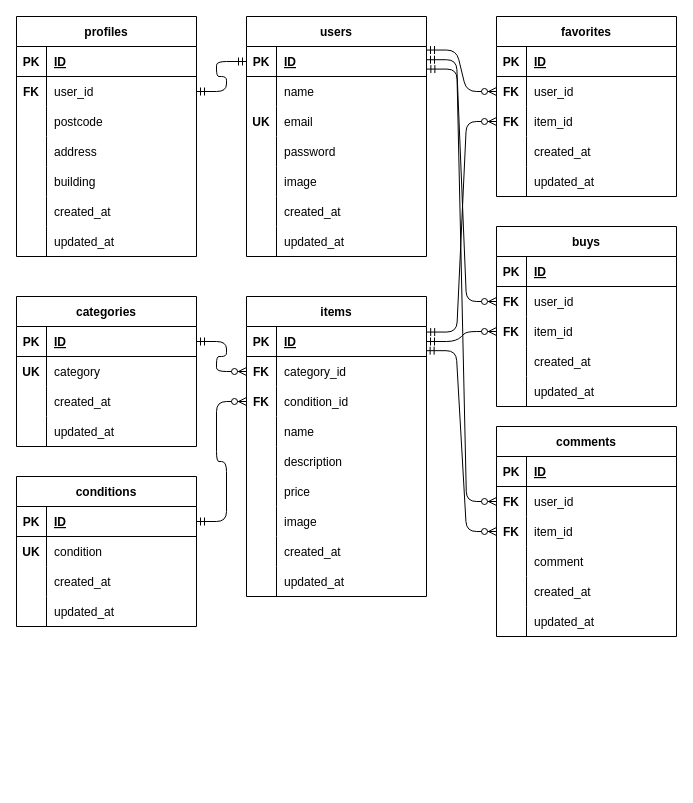
Earlier version of the draw.io diagram docker/mysql/database.dio (YamaguchiTomoaki/coachtech). Source tidied: cells renumbered, new cells numbered last; positions are measured from the earlier drawing's top-left corner, leaving out a move shared by most shapes. Both pictures are drawn from the tidied source at 100%, with x=0, y=0 at pixel (16, 16).
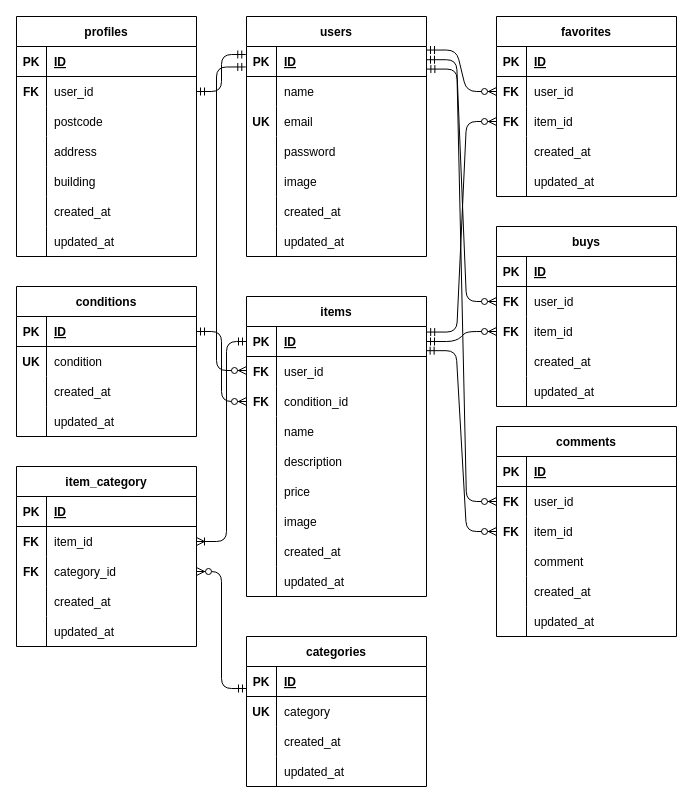
The same diagram, later.

The change refers to these unchanged cells:
```xml
<mxCell id="3" style="shape=tableRow;horizontal=0;startSize=0;swimlaneHead=0;swimlaneBody=0;fillColor=none;points=[[0,0.5],[1,0.5]];portConstraint=eastwest;top=0;left=0;right=0;bottom=1;" parent="2" vertex="1">
  <mxGeometry y="30" width="180" height="30" as="geometry" />
</mxCell>
<mxCell id="28" style="shape=tableRow;horizontal=0;startSize=0;swimlaneHead=0;swimlaneBody=0;fillColor=none;points=[[0,0.5],[1,0.5]];portConstraint=eastwest;top=0;left=0;right=0;bottom=0;" parent="24" vertex="1">
  <mxGeometry y="60" width="180" height="30" as="geometry" />
</mxCell>
<mxCell id="46" value="items" style="shape=table;startSize=30;childLayout=tableLayout;rowLines=0;fontStyle=1;align=center;" parent="1" vertex="1">
  <mxGeometry x="230" y="280" width="180" height="300" as="geometry" />
</mxCell>
<mxCell id="47" style="shape=tableRow;horizontal=0;startSize=0;swimlaneHead=0;swimlaneBody=0;fillColor=none;points=[[0,0.5],[1,0.5]];portConstraint=eastwest;top=0;left=0;right=0;bottom=1;" parent="46" vertex="1">
  <mxGeometry y="30" width="180" height="30" as="geometry" />
</mxCell>
<mxCell id="53" style="shape=tableRow;horizontal=0;startSize=0;swimlaneHead=0;swimlaneBody=0;fillColor=none;points=[[0,0.5],[1,0.5]];portConstraint=eastwest;top=0;left=0;right=0;bottom=0;" parent="46" vertex="1">
  <mxGeometry y="90" width="180" height="30" as="geometry" />
</mxCell>
<mxCell id="126" style="shape=tableRow;horizontal=0;startSize=0;swimlaneHead=0;swimlaneBody=0;fillColor=none;points=[[0,0.5],[1,0.5]];portConstraint=eastwest;top=0;left=0;right=0;bottom=1;" parent="125" vertex="1">
  <mxGeometry y="30" width="180" height="30" as="geometry" />
</mxCell>
<mxCell id="139" style="shape=tableRow;horizontal=0;startSize=0;swimlaneHead=0;swimlaneBody=0;fillColor=none;points=[[0,0.5],[1,0.5]];portConstraint=eastwest;top=0;left=0;right=0;bottom=1;" parent="138" vertex="1">
  <mxGeometry y="30" width="180" height="30" as="geometry" />
</mxCell>
```

Diff of the diagram source:
```diff
@@
-    <mxCell id="50" style="shape=tableRow;horizontal=0;startSize=0;swimlaneHead=0;swimlaneBody=0;fillColor=none;points=[[0,0.5],[1,0.5]];portConstraint=eastwest;top=0;left=0;right=0;bottom=0;" parent="46" vertex="1">
-      <mxGeometry y="60" width="180" height="30" as="geometry" />
-    </mxCell>
-    <mxCell id="51" value="FK" style="shape=partialRectangle;fillColor=none;top=0;left=0;bottom=0;right=0;overflow=hidden;fontStyle=1;" parent="50" vertex="1">
-      <mxGeometry width="30" height="30" as="geometry" />
-    </mxCell>
-    <mxCell id="52" value="category_id" style="shape=partialRectangle;fillColor=none;top=0;left=0;bottom=0;right=0;align=left;spacingLeft=6;overflow=hidden;" parent="50" vertex="1">
-      <mxGeometry x="30" width="150" height="30" as="geometry" />
-    </mxCell>
+    <mxCell id="160" style="shape=tableRow;horizontal=0;startSize=0;swimlaneHead=0;swimlaneBody=0;fillColor=none;points=[[0,0.5],[1,0.5]];portConstraint=eastwest;top=0;left=0;right=0;bottom=0;" parent="46" vertex="1">
+      <mxGeometry y="60" width="180" height="30" as="geometry" />
+    </mxCell>
+    <mxCell id="161" value="FK" style="shape=partialRectangle;fillColor=none;top=0;left=0;bottom=0;right=0;overflow=hidden;fontStyle=1;" parent="160" vertex="1">
+      <mxGeometry width="30" height="30" as="geometry" />
+    </mxCell>
+    <mxCell id="162" value="user_id" style="shape=partialRectangle;fillColor=none;top=0;left=0;bottom=0;right=0;align=left;spacingLeft=6;overflow=hidden;" parent="160" vertex="1">
+      <mxGeometry x="30" width="150" height="30" as="geometry" />
+    </mxCell>
@@
     <mxCell id="125" value="categories" style="shape=table;startSize=30;childLayout=tableLayout;rowLines=0;fontStyle=1;align=center;" parent="1" vertex="1">
-      <mxGeometry y="280" width="180" height="150" as="geometry" />
+      <mxGeometry x="230" y="620" width="180" height="150" as="geometry" />
     </mxCell>
@@
     <mxCell id="138" value="conditions" style="shape=table;startSize=30;childLayout=tableLayout;rowLines=0;fontStyle=1;align=center;" parent="1" vertex="1">
-      <mxGeometry y="460" width="180" height="150" as="geometry" />
+      <mxGeometry y="270" width="180" height="150" as="geometry" />
     </mxCell>
@@
-    <mxCell id="151" style="edgeStyle=entityRelationEdgeStyle;fontSize=12;html=1;endArrow=ERmandOne;startArrow=ERmandOne;exitX=1;exitY=0.5;exitDx=0;exitDy=0;entryX=0;entryY=0.5;entryDx=0;entryDy=0;" parent="1" edge="1" source="28" target="3">
+    <mxCell id="151" style="edgeStyle=orthogonalEdgeStyle;fontSize=12;html=1;endArrow=ERmandOne;startArrow=ERmandOne;exitX=1;exitY=0.5;exitDx=0;exitDy=0;entryX=-0.004;entryY=0.267;entryDx=0;entryDy=0;entryPerimeter=0;" parent="1" edge="1" source="28" target="3">
       <mxGeometry relative="1" as="geometry" />
     </mxCell>
-    <mxCell id="152" style="edgeStyle=entityRelationEdgeStyle;fontSize=12;html=1;endArrow=ERzeroToMany;startArrow=ERmandOne;exitX=1;exitY=0.5;exitDx=0;exitDy=0;entryX=0;entryY=0.5;entryDx=0;entryDy=0;" parent="1" edge="1" source="126" target="50">
-      <mxGeometry relative="1" as="geometry" />
-    </mxCell>
-    <mxCell id="153" style="edgeStyle=entityRelationEdgeStyle;fontSize=12;html=1;endArrow=ERzeroToMany;startArrow=ERmandOne;exitX=1;exitY=0.5;exitDx=0;exitDy=0;entryX=0;entryY=0.5;entryDx=0;entryDy=0;" parent="1" edge="1" source="139" target="53">
+    <mxCell id="153" style="edgeStyle=orthogonalEdgeStyle;fontSize=12;html=1;endArrow=ERzeroToMany;startArrow=ERmandOne;exitX=1;exitY=0.5;exitDx=0;exitDy=0;entryX=0;entryY=0.5;entryDx=0;entryDy=0;" parent="1" edge="1" source="139" target="53">
       <mxGeometry relative="1" as="geometry" />
     </mxCell>
@@
+    <mxCell id="163" value="item_category" style="shape=table;startSize=30;childLayout=tableLayout;rowLines=0;fontStyle=1;align=center;" parent="1" vertex="1">
+      <mxGeometry y="450" width="180" height="180" as="geometry" />
+    </mxCell>
+    <mxCell id="164" style="shape=tableRow;horizontal=0;startSize=0;swimlaneHead=0;swimlaneBody=0;fillColor=none;top=0;left=0;right=0;bottom=1;" parent="163" vertex="1">
+      <mxGeometry y="30" width="180" height="30" as="geometry" />
+    </mxCell>
+    <mxCell id="165" value="PK" style="shape=partialRectangle;fillColor=none;top=0;left=0;bottom=0;right=0;fontStyle=1;overflow=hidden;" parent="164" vertex="1">
+      <mxGeometry width="30" height="30" as="geometry" />
+    </mxCell>
+    <mxCell id="166" value="ID" style="shape=partialRectangle;fillColor=none;top=0;left=0;bottom=0;right=0;align=left;spacingLeft=6;fontStyle=5;overflow=hidden;" parent="164" vertex="1">
+      <mxGeometry x="30" width="150" height="30" as="geometry" />
+    </mxCell>
+    <mxCell id="167" style="shape=tableRow;horizontal=0;startSize=0;swimlaneHead=0;swimlaneBody=0;fillColor=none;points=[[0,0.5],[1,0.5]];portConstraint=eastwest;top=0;left=0;right=0;bottom=0;" parent="163" vertex="1">
+      <mxGeometry y="60" width="180" height="30" as="geometry" />
+    </mxCell>
+    <mxCell id="168" value="FK" style="shape=partialRectangle;fillColor=none;top=0;left=0;bottom=0;right=0;overflow=hidden;fontStyle=1;" parent="167" vertex="1">
+      <mxGeometry width="30" height="30" as="geometry" />
+    </mxCell>
+    <mxCell id="169" value="item_id" style="shape=partialRectangle;fillColor=none;top=0;left=0;bottom=0;right=0;align=left;spacingLeft=6;overflow=hidden;" parent="167" vertex="1">
+      <mxGeometry x="30" width="150" height="30" as="geometry" />
+    </mxCell>
+    <mxCell id="170" style="shape=tableRow;horizontal=0;startSize=0;swimlaneHead=0;swimlaneBody=0;fillColor=none;points=[[0,0.5],[1,0.5]];portConstraint=eastwest;top=0;left=0;right=0;bottom=0;" parent="163" vertex="1">
+      <mxGeometry y="90" width="180" height="30" as="geometry" />
+    </mxCell>
+    <mxCell id="171" value="FK" style="shape=partialRectangle;fillColor=none;top=0;left=0;bottom=0;right=0;overflow=hidden;fontStyle=1;" parent="170" vertex="1">
+      <mxGeometry width="30" height="30" as="geometry" />
+    </mxCell>
+    <mxCell id="52" value="category_id" style="shape=partialRectangle;fillColor=none;top=0;left=0;bottom=0;right=0;align=left;spacingLeft=6;overflow=hidden;" parent="170" vertex="1">
+      <mxGeometry x="30" width="150" height="30" as="geometry" />
+    </mxCell>
+    <mxCell id="172" style="shape=tableRow;horizontal=0;startSize=0;swimlaneHead=0;swimlaneBody=0;fillColor=none;top=0;left=0;right=0;bottom=0;" parent="163" vertex="1">
+      <mxGeometry y="120" width="180" height="30" as="geometry" />
+    </mxCell>
+    <mxCell id="173" style="shape=partialRectangle;fillColor=none;top=0;left=0;bottom=0;right=0;overflow=hidden;" parent="172" vertex="1">
+      <mxGeometry width="30" height="30" as="geometry" />
+    </mxCell>
+    <mxCell id="174" value="created_at" style="shape=partialRectangle;fillColor=none;top=0;left=0;bottom=0;right=0;align=left;spacingLeft=6;overflow=hidden;" parent="172" vertex="1">
+      <mxGeometry x="30" width="150" height="30" as="geometry" />
+    </mxCell>
+    <mxCell id="175" style="shape=tableRow;horizontal=0;startSize=0;swimlaneHead=0;swimlaneBody=0;fillColor=none;top=0;left=0;right=0;bottom=0;" parent="163" vertex="1">
+      <mxGeometry y="150" width="180" height="30" as="geometry" />
+    </mxCell>
+    <mxCell id="176" style="shape=partialRectangle;fillColor=none;top=0;left=0;bottom=0;right=0;overflow=hidden;" parent="175" vertex="1">
+      <mxGeometry width="30" height="30" as="geometry" />
+    </mxCell>
+    <mxCell id="177" value="updated_at" style="shape=partialRectangle;fillColor=none;top=0;left=0;bottom=0;right=0;align=left;spacingLeft=6;overflow=hidden;" parent="175" vertex="1">
+      <mxGeometry x="30" width="150" height="30" as="geometry" />
+    </mxCell>
+    <mxCell id="178" style="edgeStyle=orthogonalEdgeStyle;fontSize=12;html=1;endArrow=ERzeroToMany;startArrow=ERmandOne;exitX=0;exitY=0.733;exitDx=0;exitDy=0;exitPerimeter=0;entryX=1;entryY=0.5;entryDx=0;entryDy=0;" parent="1" edge="1" source="126" target="170">
+      <mxGeometry relative="1" as="geometry" />
+    </mxCell>
+    <mxCell id="179" style="edgeStyle=orthogonalEdgeStyle;fontSize=12;html=1;endArrow=ERoneToMany;startArrow=ERmandOne;exitX=0;exitY=0.5;exitDx=0;exitDy=0;entryX=1;entryY=0.5;entryDx=0;entryDy=0;" parent="1" edge="1" source="47" target="167">
+      <mxGeometry relative="1" as="geometry">
+        <Array as="points">
+          <mxPoint x="210" y="325" />
+          <mxPoint x="210" y="525" />
+        </Array>
+      </mxGeometry>
+    </mxCell>
+    <mxCell id="180" style="edgeStyle=orthogonalEdgeStyle;fontSize=12;html=1;endArrow=ERzeroToMany;startArrow=ERmandOne;exitX=-0.004;exitY=0.682;exitDx=0;exitDy=0;exitPerimeter=0;" parent="1" edge="1" source="3" target="160">
+      <mxGeometry relative="1" as="geometry">
+        <Array as="points">
+          <mxPoint x="200" y="51" />
+          <mxPoint x="200" y="354" />
+        </Array>
+      </mxGeometry>
+    </mxCell>
```
